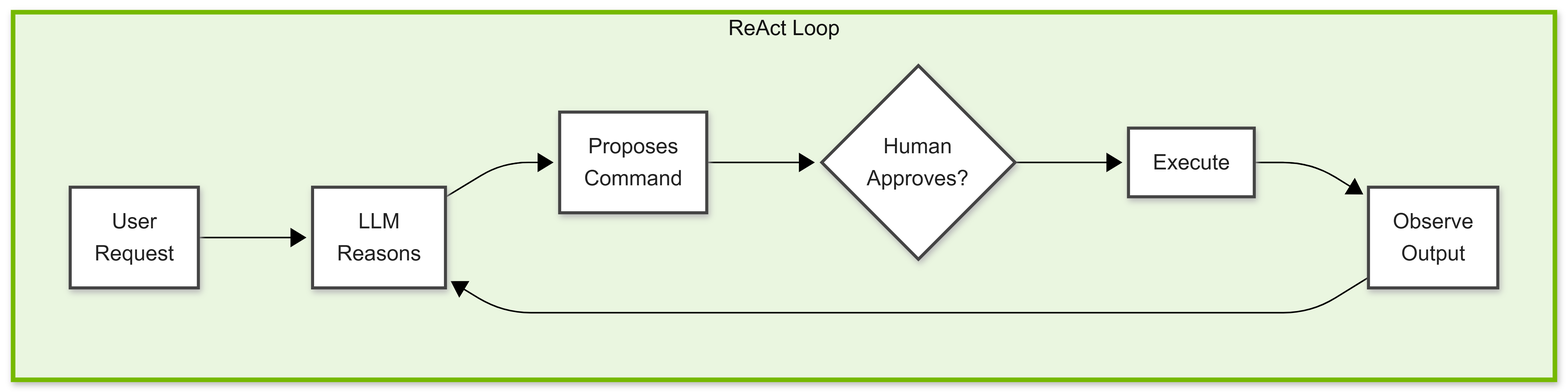
This is .devx/4-agent-customization/img/react_loop.png from brevdev/workshop-build-an-agent, a Mermaid export, as it was before one commit. Its source is kept beside it as .devx/4-agent-customization/img/react_loop.mmd.
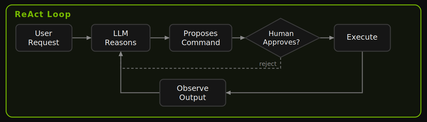
Above is the later version.

The edit, as a diff of the source:
```diff
@@ -11,7 +11,8 @@
 
     subgraph agent[ReAct Loop]
         direction LR
-        request[User<br />Request] --> reason[LLM<br />Reasons] --> propose[Proposes<br />Command] --> approve{Human<br />Approves?} --> execute[Execute]
+        request[User<br />Request] --> reason[LLM<br />Reasons] --> propose[Proposes<br />Command] --> approve{Human<br />Approves?} -->|yes| execute[Execute]
+        approve -->|reject| reason
         execute --> observe[Observe<br />Output]
         observe --> reason
     end
```
